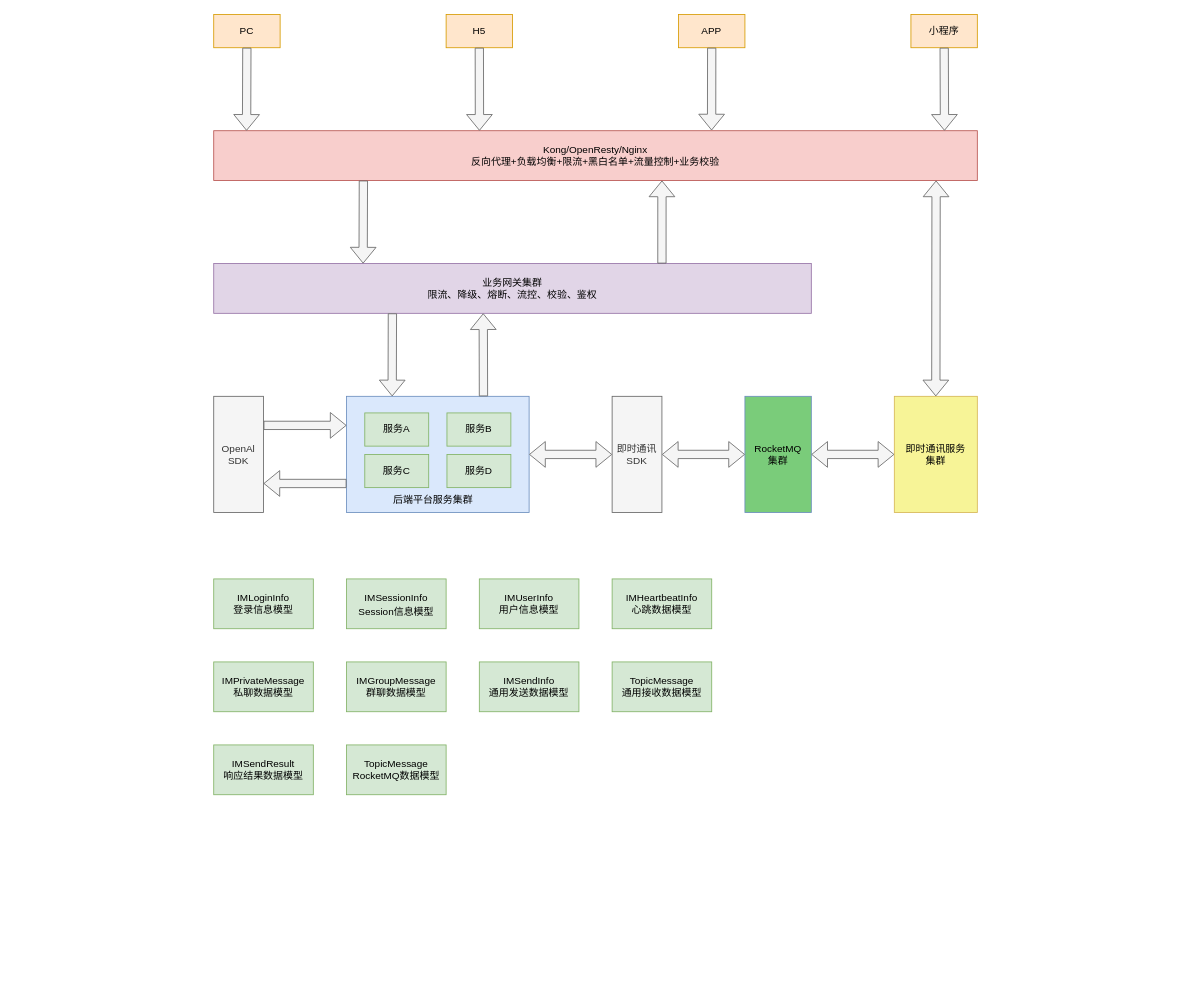
Above: 分布式IM系统/通用模型-第01节：分布式IM即时通讯系统通用模型设计.drawio in zero-97/picture-of-the-article (draw.io), before the change. Source tidied: cells renumbered, new cells numbered last; positions are measured from the earlier drawing's top-left corner, leaving out a move shared by most shapes. Both pictures are drawn from the tidied source at 83%, with x=0, y=0 at pixel (213, 14).
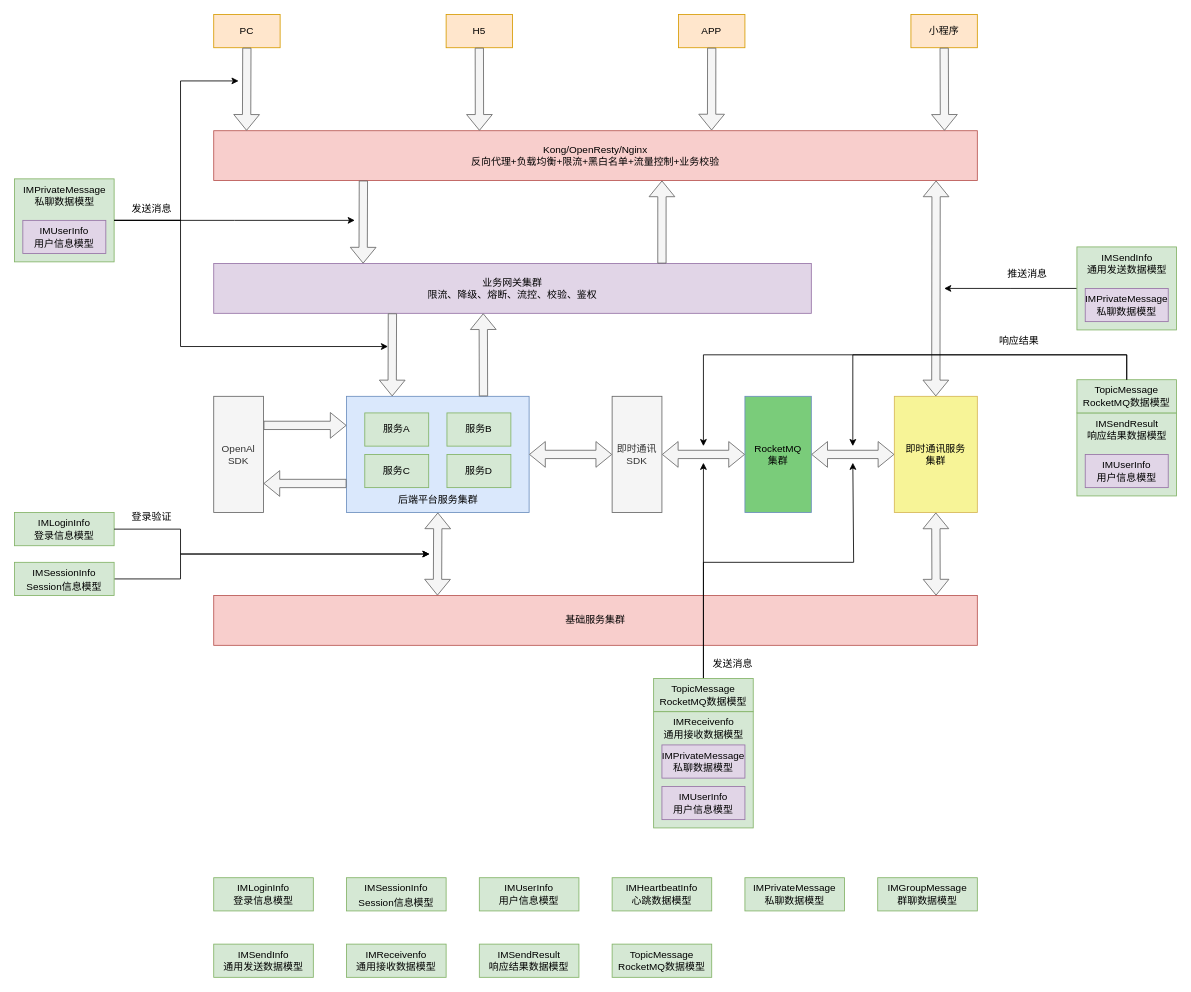
After the change.

Commit message (it also covers changes not shown here):
更新通用模型-第01节：分布式IM即时通讯系统通用模型设计.drawio

Unchanged cells that the change refers to:
```xml
<mxCell id="10" style="group;" parent="1" vertex="1">
  <mxGeometry x="160" y="460" width="220" height="140" as="geometry" />
</mxCell>
<mxCell id="11" style="rounded=0;whiteSpace=wrap;html=1;fillColor=#dae8fc;strokeColor=#6c8ebf;" parent="10" vertex="1">
  <mxGeometry width="220" height="140" as="geometry" />
</mxCell>
```

What changed in the source:
```diff
@@
-    <mxCell id="12" value="后端平台服务集群" style="text;html=1;align=center;verticalAlign=middle;strokeColor=none;fillColor=none;" parent="10" vertex="1">
-      <mxGeometry x="44" y="110" width="120" height="30" as="geometry" />
-    </mxCell>
@@
+    <mxCell id="12" value="后端平台服务集群" style="text;html=1;align=center;verticalAlign=middle;strokeColor=none;fillColor=none;" parent="10" vertex="1">
+      <mxGeometry x="50" y="110" width="120" height="30" as="geometry" />
+    </mxCell>
@@
-    <mxCell id="19" value="IMLoginInfo&lt;br&gt;登录信息模型" style="rounded=0;whiteSpace=wrap;html=1;fillColor=#d5e8d4;strokeColor=#82b366;spacing=6;" parent="1" vertex="1">
-      <mxGeometry y="680" width="120" height="60" as="geometry" />
-    </mxCell>
-    <mxCell id="20" value="IMSessionInfo&lt;span style=&quot;color: rgb(51, 51, 51); font-family: monospace; font-size: 16px; text-align: left; background-color: rgba(0, 0, 0, 0.03);&quot;&gt; &lt;/span&gt;&lt;br&gt;Session信息模型" style="rounded=0;whiteSpace=wrap;html=1;fillColor=#d5e8d4;strokeColor=#82b366;spacing=6;" parent="1" vertex="1">
-      <mxGeometry x="160" y="680" width="120" height="60" as="geometry" />
-    </mxCell>
-    <mxCell id="21" value="IMUserInfo&lt;br&gt;用户信息模型" style="rounded=0;whiteSpace=wrap;html=1;fillColor=#d5e8d4;strokeColor=#82b366;spacing=6;" parent="1" vertex="1">
-      <mxGeometry x="320" y="680" width="120" height="60" as="geometry" />
-    </mxCell>
     <mxCell id="22" value="IMHeartbeatInfo&lt;br&gt;心跳数据模型" style="rounded=0;whiteSpace=wrap;html=1;fillColor=#d5e8d4;strokeColor=#82b366;spacing=6;" parent="1" vertex="1">
-      <mxGeometry x="480" y="680" width="120" height="60" as="geometry" />
+      <mxGeometry x="480" y="1040" width="120" height="40" as="geometry" />
     </mxCell>
-    <mxCell id="23" value="IMPrivateMessage&lt;br&gt;私聊数据模型" style="rounded=0;whiteSpace=wrap;html=1;fillColor=#d5e8d4;strokeColor=#82b366;spacing=6;" parent="1" vertex="1">
-      <mxGeometry y="780" width="120" height="60" as="geometry" />
-    </mxCell>
     <mxCell id="24" value="IMGroupMessage&lt;br&gt;群聊数据模型" style="rounded=0;whiteSpace=wrap;html=1;fillColor=#d5e8d4;strokeColor=#82b366;spacing=6;" parent="1" vertex="1">
-      <mxGeometry x="160" y="780" width="120" height="60" as="geometry" />
+      <mxGeometry x="800" y="1040" width="120" height="40" as="geometry" />
     </mxCell>
-    <mxCell id="25" value="IMSendInfo&lt;br&gt;通用发送数据模型" style="rounded=0;whiteSpace=wrap;html=1;fillColor=#d5e8d4;strokeColor=#82b366;spacing=6;" parent="1" vertex="1">
-      <mxGeometry x="320" y="780" width="120" height="60" as="geometry" />
-    </mxCell>
-    <mxCell id="26" value="TopicMessage&lt;br&gt;通用接收数据模型" style="rounded=0;whiteSpace=wrap;html=1;fillColor=#d5e8d4;strokeColor=#82b366;spacing=6;" parent="1" vertex="1">
-      <mxGeometry x="480" y="780" width="120" height="60" as="geometry" />
-    </mxCell>
     <mxCell id="27" value="IMSendResult&lt;br&gt;响应结果数据模型" style="rounded=0;whiteSpace=wrap;html=1;fillColor=#d5e8d4;strokeColor=#82b366;spacing=6;" parent="1" vertex="1">
-      <mxGeometry y="880" width="120" height="60" as="geometry" />
+      <mxGeometry x="320" y="1120" width="120" height="40" as="geometry" />
     </mxCell>
     <mxCell id="28" value="TopicMessage&lt;br&gt;RocketMQ数据模型" style="rounded=0;whiteSpace=wrap;html=1;fillColor=#d5e8d4;strokeColor=#82b366;spacing=6;" parent="1" vertex="1">
-      <mxGeometry x="160" y="880" width="120" height="60" as="geometry" />
+      <mxGeometry x="480" y="1120" width="120" height="40" as="geometry" />
     </mxCell>
@@
+    <mxCell id="43" value="IMReceivenfo&lt;br&gt;通用接收数据模型" style="rounded=0;whiteSpace=wrap;html=1;fillColor=#d5e8d4;strokeColor=#82b366;spacing=6;" parent="1" vertex="1">
+      <mxGeometry x="160" y="1120" width="120" height="40" as="geometry" />
+    </mxCell>
+    <mxCell id="44" value="IMLoginInfo&lt;br&gt;登录信息模型" style="rounded=0;whiteSpace=wrap;html=1;fillColor=#d5e8d4;strokeColor=#82b366;spacing=6;" parent="1" vertex="1">
+      <mxGeometry y="1040" width="120" height="40" as="geometry" />
+    </mxCell>
+    <mxCell id="45" value="IMSessionInfo&lt;span style=&quot;color: rgb(51, 51, 51); font-family: monospace; font-size: 16px; text-align: left; background-color: rgba(0, 0, 0, 0.03);&quot;&gt; &lt;/span&gt;&lt;br&gt;Session信息模型" style="rounded=0;whiteSpace=wrap;html=1;fillColor=#d5e8d4;strokeColor=#82b366;spacing=6;" parent="1" vertex="1">
+      <mxGeometry x="160" y="1040" width="120" height="40" as="geometry" />
+    </mxCell>
+    <mxCell id="21" value="IMUserInfo&lt;br&gt;用户信息模型" style="rounded=0;whiteSpace=wrap;html=1;fillColor=#d5e8d4;strokeColor=#82b366;spacing=6;" parent="1" vertex="1">
+      <mxGeometry x="320" y="1040" width="120" height="40" as="geometry" />
+    </mxCell>
+    <mxCell id="23" value="IMPrivateMessage&lt;br&gt;私聊数据模型" style="rounded=0;whiteSpace=wrap;html=1;fillColor=#d5e8d4;strokeColor=#82b366;spacing=6;" parent="1" vertex="1">
+      <mxGeometry x="640" y="1040" width="120" height="40" as="geometry" />
+    </mxCell>
+    <mxCell id="46" style="group;" parent="1" vertex="1">
+      <mxGeometry x="-240" y="198" width="120" height="100" as="geometry" />
+    </mxCell>
+    <mxCell id="47" style="rounded=0;whiteSpace=wrap;html=1;fillColor=#d5e8d4;strokeColor=#82b366;spacing=6;" parent="46" vertex="1">
+      <mxGeometry width="120" height="100" as="geometry" />
+    </mxCell>
+    <mxCell id="48" style="edgeStyle=orthogonalEdgeStyle;rounded=0;jettySize=auto;html=1;exitX=1;exitY=0.5;exitDx=0;exitDy=0;" parent="46" edge="1" source="47">
+      <mxGeometry relative="1" as="geometry">
+        <mxPoint x="410" y="50" as="targetPoint" />
+      </mxGeometry>
+    </mxCell>
+    <mxCell id="49" style="edgeStyle=orthogonalEdgeStyle;rounded=0;jettySize=auto;html=1;exitX=1;exitY=0.5;exitDx=0;exitDy=0;" parent="46" edge="1" source="47">
+      <mxGeometry relative="1" as="geometry">
+        <mxPoint x="270" y="-118" as="targetPoint" />
+        <Array as="points">
+          <mxPoint x="200" y="50" />
+          <mxPoint x="200" y="-118" />
+        </Array>
+      </mxGeometry>
+    </mxCell>
+    <mxCell id="50" style="edgeStyle=orthogonalEdgeStyle;rounded=0;jettySize=auto;html=1;exitX=1;exitY=0.5;exitDx=0;exitDy=0;" parent="46" edge="1" source="47">
+      <mxGeometry relative="1" as="geometry">
+        <mxPoint x="450" y="202" as="targetPoint" />
+        <Array as="points">
+          <mxPoint x="200" y="50" />
+          <mxPoint x="200" y="202" />
+        </Array>
+      </mxGeometry>
+    </mxCell>
+    <mxCell id="51" value="IMPrivateMessage&lt;br style=&quot;border-color: var(--border-color);&quot;&gt;&lt;span style=&quot;&quot;&gt;私聊数据模型&lt;/span&gt;" style="text;html=1;align=center;verticalAlign=middle;strokeColor=none;fillColor=none;" parent="46" vertex="1">
+      <mxGeometry width="120" height="40" as="geometry" />
+    </mxCell>
+    <mxCell id="52" value="IMUserInfo&lt;br&gt;用户信息模型" style="rounded=0;whiteSpace=wrap;html=1;fillColor=#e1d5e7;strokeColor=#9673a6;spacing=6;" parent="46" vertex="1">
+      <mxGeometry x="10" y="50" width="100" height="40" as="geometry" />
+    </mxCell>
+    <mxCell id="53" style="group;" parent="1" vertex="1">
+      <mxGeometry x="1040" y="280" width="120" height="100" as="geometry" />
+    </mxCell>
+    <mxCell id="54" style="edgeStyle=orthogonalEdgeStyle;rounded=0;jettySize=auto;html=1;" parent="53" edge="1" source="55">
+      <mxGeometry relative="1" as="geometry">
+        <mxPoint x="-160" y="50" as="targetPoint" />
+      </mxGeometry>
+    </mxCell>
+    <mxCell id="55" style="rounded=0;whiteSpace=wrap;html=1;fillColor=#d5e8d4;strokeColor=#82b366;spacing=6;" parent="53" vertex="1">
+      <mxGeometry width="120" height="100" as="geometry" />
+    </mxCell>
+    <mxCell id="56" value="IMSendInfo&lt;br style=&quot;border-color: var(--border-color);&quot;&gt;&lt;span style=&quot;border-color: var(--border-color);&quot;&gt;通用发送数据模型&lt;/span&gt;" style="text;html=1;align=center;verticalAlign=middle;strokeColor=none;fillColor=none;" parent="53" vertex="1">
+      <mxGeometry width="120" height="40" as="geometry" />
+    </mxCell>
+    <mxCell id="57" value="IMPrivateMessage&lt;br&gt;私聊数据模型" style="rounded=0;whiteSpace=wrap;html=1;fillColor=#e1d5e7;strokeColor=#9673a6;spacing=6;" parent="53" vertex="1">
+      <mxGeometry x="10" y="50" width="100" height="40" as="geometry" />
+    </mxCell>
+    <mxCell id="58" value="IMSendInfo&lt;br style=&quot;border-color: var(--border-color);&quot;&gt;&lt;span style=&quot;border-color: var(--border-color);&quot;&gt;通用发送数据模型&lt;/span&gt;" style="rounded=0;whiteSpace=wrap;html=1;fillColor=#d5e8d4;strokeColor=#82b366;spacing=6;" parent="1" vertex="1">
+      <mxGeometry y="1120" width="120" height="40" as="geometry" />
+    </mxCell>
+    <mxCell id="59" value="推送消息" style="text;html=1;align=center;verticalAlign=middle;strokeColor=none;fillColor=none;" parent="1" vertex="1">
+      <mxGeometry x="945" y="298" width="70" height="30" as="geometry" />
+    </mxCell>
+    <mxCell id="60" value="基础服务集群" style="rounded=0;whiteSpace=wrap;html=1;fillColor=#f8cecc;strokeColor=#b85450;spacing=6;" parent="1" vertex="1">
+      <mxGeometry y="700" width="920" height="60" as="geometry" />
+    </mxCell>
+    <mxCell id="61" style="shape=flexArrow;endArrow=classic;startArrow=classic;html=1;rounded=0;fillColor=#f5f5f5;strokeColor=#666666;exitX=0.946;exitY=0;exitDx=0;exitDy=0;exitPerimeter=0;" parent="1" edge="1" source="60">
+      <mxGeometry relative="1" as="geometry">
+        <mxPoint x="870" y="600" as="targetPoint" />
+      </mxGeometry>
+    </mxCell>
+    <mxCell id="62" style="shape=flexArrow;endArrow=classic;startArrow=classic;html=1;rounded=0;fillColor=#f5f5f5;strokeColor=#666666;entryX=0.5;entryY=1;entryDx=0;entryDy=0;exitX=0.293;exitY=0;exitDx=0;exitDy=0;exitPerimeter=0;" parent="1" edge="1" source="60" target="11">
+      <mxGeometry relative="1" as="geometry" />
+    </mxCell>
+    <mxCell id="63" style="group;" parent="1" vertex="1">
+      <mxGeometry x="530" y="800" width="120" height="180" as="geometry" />
+    </mxCell>
+    <mxCell id="64" style="edgeStyle=orthogonalEdgeStyle;rounded=0;jettySize=auto;html=1;" parent="63" edge="1" source="66">
+      <mxGeometry relative="1" as="geometry">
+        <mxPoint x="60" y="-260" as="targetPoint" />
+      </mxGeometry>
+    </mxCell>
+    <mxCell id="65" style="edgeStyle=orthogonalEdgeStyle;rounded=0;jettySize=auto;html=1;" parent="63" edge="1" source="66">
+      <mxGeometry relative="1" as="geometry">
+        <mxPoint x="240" y="-260" as="targetPoint" />
+        <Array as="points">
+          <mxPoint x="60" y="-140" />
+          <mxPoint x="241" y="-140" />
+        </Array>
+      </mxGeometry>
+    </mxCell>
+    <mxCell id="66" value="TopicMessage&lt;br&gt;RocketMQ数据模型" style="rounded=0;whiteSpace=wrap;html=1;fillColor=#d5e8d4;strokeColor=#82b366;spacing=6;" parent="63" vertex="1">
+      <mxGeometry width="120" height="40" as="geometry" />
+    </mxCell>
+    <mxCell id="67" style="group;" parent="63" vertex="1">
+      <mxGeometry y="40" width="120" height="140" as="geometry" />
+    </mxCell>
+    <mxCell id="68" style="rounded=0;whiteSpace=wrap;html=1;fillColor=#d5e8d4;strokeColor=#82b366;spacing=6;" parent="67" vertex="1">
+      <mxGeometry width="120" height="140" as="geometry" />
+    </mxCell>
+    <mxCell id="69" value="IMReceivenfo&lt;br style=&quot;border-color: var(--border-color);&quot;&gt;&lt;span style=&quot;&quot;&gt;通用接收数据模型&lt;/span&gt;" style="text;html=1;align=center;verticalAlign=middle;strokeColor=none;fillColor=none;" parent="67" vertex="1">
+      <mxGeometry width="120" height="40" as="geometry" />
+    </mxCell>
+    <mxCell id="70" value="IMPrivateMessage&lt;br&gt;私聊数据模型" style="rounded=0;whiteSpace=wrap;html=1;fillColor=#e1d5e7;strokeColor=#9673a6;spacing=6;" parent="67" vertex="1">
+      <mxGeometry x="10" y="40" width="100" height="40" as="geometry" />
+    </mxCell>
+    <mxCell id="71" value="IMUserInfo&lt;br&gt;用户信息模型" style="rounded=0;whiteSpace=wrap;html=1;fillColor=#e1d5e7;strokeColor=#9673a6;spacing=6;" parent="67" vertex="1">
+      <mxGeometry x="10" y="90" width="100" height="40" as="geometry" />
+    </mxCell>
+    <mxCell id="72" value="IMLoginInfo&lt;br&gt;登录信息模型" style="rounded=0;whiteSpace=wrap;html=1;fillColor=#d5e8d4;strokeColor=#82b366;spacing=6;" parent="1" vertex="1">
+      <mxGeometry x="-240" y="600" width="120" height="40" as="geometry" />
+    </mxCell>
+    <mxCell id="73" style="edgeStyle=orthogonalEdgeStyle;rounded=0;jettySize=auto;html=1;exitX=1;exitY=0.5;exitDx=0;exitDy=0;" parent="1" edge="1" source="74">
+      <mxGeometry relative="1" as="geometry">
+        <mxPoint x="260" y="650" as="targetPoint" />
+        <Array as="points">
+          <mxPoint x="-40" y="680" />
+          <mxPoint x="-40" y="650" />
+        </Array>
+      </mxGeometry>
+    </mxCell>
+    <mxCell id="74" value="IMSessionInfo&lt;span style=&quot;color: rgb(51, 51, 51); font-family: monospace; font-size: 16px; text-align: left; background-color: rgba(0, 0, 0, 0.03);&quot;&gt; &lt;/span&gt;&lt;br&gt;Session信息模型" style="rounded=0;whiteSpace=wrap;html=1;fillColor=#d5e8d4;strokeColor=#82b366;spacing=6;" parent="1" vertex="1">
+      <mxGeometry x="-240" y="660" width="120" height="40" as="geometry" />
+    </mxCell>
+    <mxCell id="75" style="edgeStyle=orthogonalEdgeStyle;rounded=0;jettySize=auto;html=1;exitX=1;exitY=0.5;exitDx=0;exitDy=0;" parent="1" edge="1" source="72">
+      <mxGeometry relative="1" as="geometry">
+        <mxPoint x="260" y="650" as="targetPoint" />
+        <Array as="points">
+          <mxPoint x="-40" y="620" />
+          <mxPoint x="-40" y="650" />
+        </Array>
+      </mxGeometry>
+    </mxCell>
+    <mxCell id="76" style="group;" parent="1" vertex="1">
+      <mxGeometry x="1040" y="440" width="120" height="140" as="geometry" />
+    </mxCell>
+    <mxCell id="77" style="rounded=0;whiteSpace=wrap;html=1;fillColor=#d5e8d4;strokeColor=#82b366;spacing=6;" parent="76" vertex="1">
+      <mxGeometry y="40" width="120" height="100" as="geometry" />
+    </mxCell>
+    <mxCell id="78" value="TopicMessage&lt;br&gt;RocketMQ数据模型" style="rounded=0;whiteSpace=wrap;html=1;fillColor=#d5e8d4;strokeColor=#82b366;spacing=6;" parent="76" vertex="1">
+      <mxGeometry width="120" height="40" as="geometry" />
+    </mxCell>
+    <mxCell id="79" value="IMSendResult&lt;br style=&quot;border-color: var(--border-color);&quot;&gt;&lt;span style=&quot;&quot;&gt;响应结果数据模型&lt;/span&gt;" style="text;html=1;align=center;verticalAlign=middle;strokeColor=none;fillColor=none;" parent="76" vertex="1">
+      <mxGeometry y="40" width="120" height="40" as="geometry" />
+    </mxCell>
+    <mxCell id="80" value="IMUserInfo&lt;br&gt;用户信息模型" style="rounded=0;whiteSpace=wrap;html=1;fillColor=#e1d5e7;strokeColor=#9673a6;spacing=6;" parent="76" vertex="1">
+      <mxGeometry x="10" y="90" width="100" height="40" as="geometry" />
+    </mxCell>
+    <mxCell id="81" value="发送消息" style="text;html=1;align=center;verticalAlign=middle;strokeColor=none;fillColor=none;" parent="1" vertex="1">
+      <mxGeometry x="-110" y="220" width="70" height="30" as="geometry" />
+    </mxCell>
+    <mxCell id="82" style="edgeStyle=orthogonalEdgeStyle;rounded=0;jettySize=auto;html=1;exitX=0.5;exitY=0;exitDx=0;exitDy=0;" parent="1" edge="1" source="78">
+      <mxGeometry relative="1" as="geometry">
+        <mxPoint x="770" y="520" as="targetPoint" />
+        <Array as="points">
+          <mxPoint x="1100" y="410" />
+          <mxPoint x="770" y="410" />
+        </Array>
+      </mxGeometry>
+    </mxCell>
+    <mxCell id="83" value="响应结果" style="text;html=1;align=center;verticalAlign=middle;strokeColor=none;fillColor=none;" parent="1" vertex="1">
+      <mxGeometry x="935" y="378" width="70" height="30" as="geometry" />
+    </mxCell>
+    <mxCell id="84" style="edgeStyle=orthogonalEdgeStyle;rounded=0;jettySize=auto;html=1;exitX=0.5;exitY=0;exitDx=0;exitDy=0;" parent="1" edge="1" source="78">
+      <mxGeometry relative="1" as="geometry">
+        <mxPoint x="590" y="520" as="targetPoint" />
+        <Array as="points">
+          <mxPoint x="1100" y="410" />
+          <mxPoint x="590" y="410" />
+        </Array>
+      </mxGeometry>
+    </mxCell>
+    <mxCell id="85" value="发送消息" style="text;html=1;align=center;verticalAlign=middle;strokeColor=none;fillColor=none;" parent="1" vertex="1">
+      <mxGeometry x="590" y="768" width="70" height="30" as="geometry" />
+    </mxCell>
+    <mxCell id="86" value="登录验证" style="text;html=1;align=center;verticalAlign=middle;strokeColor=none;fillColor=none;" parent="1" vertex="1">
+      <mxGeometry x="-110" y="590" width="70" height="30" as="geometry" />
+    </mxCell>
```
